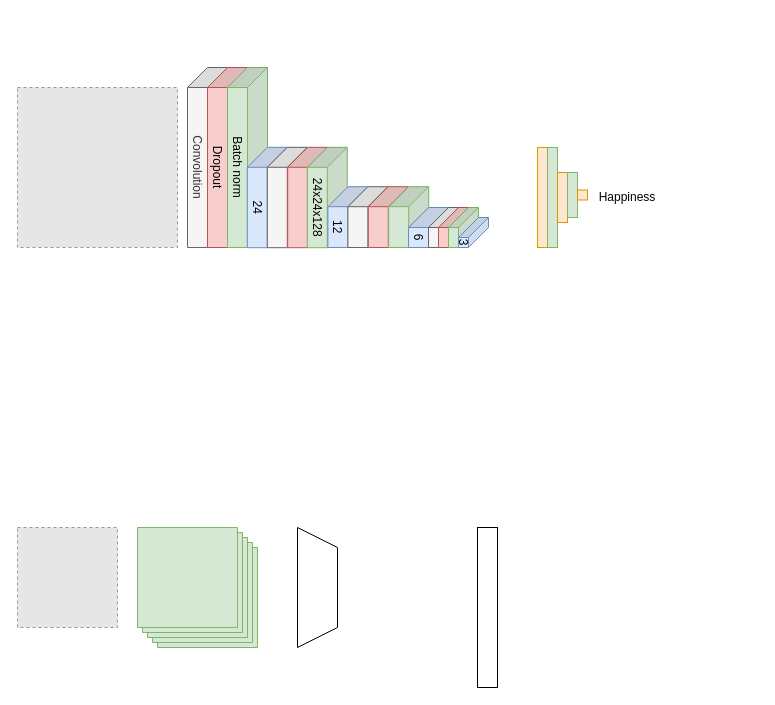
kvanschuijlenburg/Neural-Networks-project keeps this draw.io diagram as figures/Models/modelsDrawIO.drawio. Above is the earlier version. Source tidied: cells renumbered, new cells numbered last; positions are measured from the earlier drawing's top-left corner, leaving out a move shared by most shapes. Both pictures are drawn from the tidied source at 100%, with x=0, y=0 at pixel (17, 87). Pictures stored in the file or linked from it are replaced by grey dashed boxes.
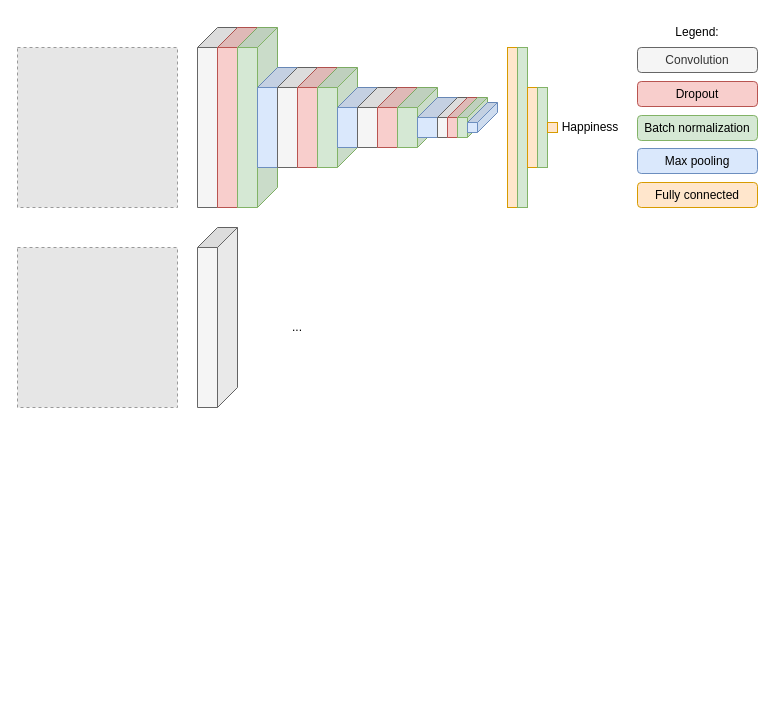
The same page after the edit.

What changed in the source:
```diff
@@
-    <mxCell id="2" value="Convolution" style="shape=cube;whiteSpace=wrap;html=1;boundedLbl=1;backgroundOutline=1;darkOpacity=0.05;darkOpacity2=0.1;rotation=90;fillColor=#f5f5f5;fontColor=#333333;strokeColor=#666666;" parent="1" vertex="1">
-      <mxGeometry x="100" y="50" width="180" height="40" as="geometry" />
+    <mxCell id="2" style="shape=cube;whiteSpace=wrap;html=1;boundedLbl=1;backgroundOutline=1;darkOpacity=0.05;darkOpacity2=0.1;rotation=90;fillColor=#f5f5f5;fontColor=#333333;strokeColor=#666666;" parent="1" vertex="1">
+      <mxGeometry x="110" y="10" width="180" height="40" as="geometry" />
     </mxCell>
-    <mxCell id="3" style="fillColor=#E6E6E6;strokeColor=#999999;dashed=1;verticalLabelPosition=bottom;labelBackgroundColor=#ffffff;verticalAlign=top;" parent="1" vertex="1">
-      <mxGeometry y="440" width="100" height="100" as="geometry" />
-    </mxCell>
-    <mxCell id="4" style="verticalLabelPosition=bottom;verticalAlign=top;html=1;shape=mxgraph.basic.layered_rect;dx=10;fillColor=#d5e8d4;strokeColor=#82b366;" parent="1" vertex="1">
-      <mxGeometry x="130" y="450" width="110" height="110" as="geometry" />
-    </mxCell>
-    <mxCell id="5" style="verticalLabelPosition=bottom;verticalAlign=top;html=1;shape=mxgraph.basic.layered_rect;dx=10;fillColor=#d5e8d4;strokeColor=#82b366;" parent="1" vertex="1">
-      <mxGeometry x="120" y="440" width="110" height="110" as="geometry" />
-    </mxCell>
-    <mxCell id="6" style="shape=trapezoid;perimeter=trapezoidPerimeter;whiteSpace=wrap;html=1;fixedSize=1;rotation=90;" parent="1" vertex="1">
-      <mxGeometry x="240" y="480" width="120" height="40" as="geometry" />
-    </mxCell>
-    <mxCell id="7" style="rounded=0;whiteSpace=wrap;html=1;" parent="1" vertex="1">
-      <mxGeometry x="460" y="440" width="20" height="160" as="geometry" />
-    </mxCell>
     <mxCell id="8" style="fillColor=#E6E6E6;strokeColor=#999999;dashed=1;verticalLabelPosition=bottom;labelBackgroundColor=#ffffff;verticalAlign=top;" parent="1" vertex="1">
-      <mxGeometry width="160" height="160" as="geometry" />
+      <mxGeometry y="-40" width="160" height="160" as="geometry" />
     </mxCell>
-    <mxCell id="9" value="Dropout" style="shape=cube;whiteSpace=wrap;html=1;boundedLbl=1;backgroundOutline=1;darkOpacity=0.05;darkOpacity2=0.1;rotation=90;strokeColor=#b85450;fillColor=#f8cecc;" parent="1" vertex="1">
-      <mxGeometry x="120" y="50" width="180" height="40" as="geometry" />
+    <mxCell id="9" style="shape=cube;whiteSpace=wrap;html=1;boundedLbl=1;backgroundOutline=1;darkOpacity=0.05;darkOpacity2=0.1;rotation=90;strokeColor=#b85450;fillColor=#f8cecc;" parent="1" vertex="1">
+      <mxGeometry x="130" y="10" width="180" height="40" as="geometry" />
     </mxCell>
-    <mxCell id="10" value="Batch norm" style="shape=cube;whiteSpace=wrap;html=1;boundedLbl=1;backgroundOutline=1;darkOpacity=0.05;darkOpacity2=0.1;rotation=90;fillColor=#d5e8d4;strokeColor=#82b366;" parent="1" vertex="1">
-      <mxGeometry x="140" y="50" width="180" height="40" as="geometry" />
+    <mxCell id="10" style="shape=cube;whiteSpace=wrap;html=1;boundedLbl=1;backgroundOutline=1;darkOpacity=0.05;darkOpacity2=0.1;rotation=90;fillColor=#d5e8d4;strokeColor=#82b366;" parent="1" vertex="1">
+      <mxGeometry x="150" y="10" width="180" height="40" as="geometry" />
     </mxCell>
-    <mxCell id="11" value="24" style="shape=cube;whiteSpace=wrap;html=1;boundedLbl=1;backgroundOutline=1;darkOpacity=0.05;darkOpacity2=0.1;rotation=90;strokeColor=#6c8ebf;fillColor=#dae8fc;" parent="1" vertex="1">
-      <mxGeometry x="199.6" y="90" width="100.4" height="40" as="geometry" />
+    <mxCell id="11" style="shape=cube;whiteSpace=wrap;html=1;boundedLbl=1;backgroundOutline=1;darkOpacity=0.05;darkOpacity2=0.1;rotation=90;strokeColor=#6c8ebf;fillColor=#dae8fc;" parent="1" vertex="1">
+      <mxGeometry x="210" y="10" width="100" height="40" as="geometry" />
     </mxCell>
     <mxCell id="12" style="shape=cube;whiteSpace=wrap;html=1;boundedLbl=1;backgroundOutline=1;darkOpacity=0.05;darkOpacity2=0.1;rotation=90;strokeColor=#666666;fillColor=#f5f5f5;fontColor=#333333;" parent="1" vertex="1">
-      <mxGeometry x="219.6" y="90" width="100.4" height="40" as="geometry" />
+      <mxGeometry x="230" y="10" width="100" height="40" as="geometry" />
     </mxCell>
     <mxCell id="13" style="shape=cube;whiteSpace=wrap;html=1;boundedLbl=1;backgroundOutline=1;darkOpacity=0.05;darkOpacity2=0.1;rotation=90;strokeColor=#b85450;fillColor=#f8cecc;" parent="1" vertex="1">
-      <mxGeometry x="240" y="90" width="100.4" height="40" as="geometry" />
+      <mxGeometry x="250" y="10" width="100" height="40" as="geometry" />
     </mxCell>
-    <mxCell id="14" value="24x24x128" style="shape=cube;whiteSpace=wrap;html=1;boundedLbl=1;backgroundOutline=1;darkOpacity=0.05;darkOpacity2=0.1;rotation=90;strokeColor=#82b366;fillColor=#d5e8d4;" parent="1" vertex="1">
-      <mxGeometry x="259.6" y="90" width="100.4" height="40" as="geometry" />
+    <mxCell id="14" style="shape=cube;whiteSpace=wrap;html=1;boundedLbl=1;backgroundOutline=1;darkOpacity=0.05;darkOpacity2=0.1;rotation=90;strokeColor=#82b366;fillColor=#d5e8d4;" parent="1" vertex="1">
+      <mxGeometry x="270" y="10" width="100" height="40" as="geometry" />
     </mxCell>
-    <mxCell id="15" value="12" style="shape=cube;whiteSpace=wrap;html=1;boundedLbl=1;backgroundOutline=1;darkOpacity=0.05;darkOpacity2=0.1;rotation=90;strokeColor=#6c8ebf;fillColor=#dae8fc;" parent="1" vertex="1">
-      <mxGeometry x="300" y="109.6" width="60.8" height="40" as="geometry" />
+    <mxCell id="15" style="shape=cube;whiteSpace=wrap;html=1;boundedLbl=1;backgroundOutline=1;darkOpacity=0.05;darkOpacity2=0.1;rotation=90;strokeColor=#6c8ebf;fillColor=#dae8fc;" parent="1" vertex="1">
+      <mxGeometry x="310" y="10" width="60" height="40" as="geometry" />
     </mxCell>
     <mxCell id="16" style="shape=cube;whiteSpace=wrap;html=1;boundedLbl=1;backgroundOutline=1;darkOpacity=0.05;darkOpacity2=0.1;rotation=90;strokeColor=#666666;fillColor=#f5f5f5;fontColor=#333333;" parent="1" vertex="1">
-      <mxGeometry x="320" y="109.6" width="60.8" height="40" as="geometry" />
+      <mxGeometry x="330" y="10" width="60" height="40" as="geometry" />
     </mxCell>
     <mxCell id="17" style="shape=cube;whiteSpace=wrap;html=1;boundedLbl=1;backgroundOutline=1;darkOpacity=0.05;darkOpacity2=0.1;rotation=90;strokeColor=#b85450;fillColor=#f8cecc;" parent="1" vertex="1">
-      <mxGeometry x="340.4" y="109.6" width="60.8" height="40" as="geometry" />
+      <mxGeometry x="350" y="10" width="60" height="40" as="geometry" />
     </mxCell>
     <mxCell id="18" style="shape=cube;whiteSpace=wrap;html=1;boundedLbl=1;backgroundOutline=1;darkOpacity=0.05;darkOpacity2=0.1;rotation=90;strokeColor=#82b366;fillColor=#d5e8d4;" parent="1" vertex="1">
-      <mxGeometry x="360.8" y="109.6" width="60.8" height="40" as="geometry" />
+      <mxGeometry x="370" y="10" width="60" height="40" as="geometry" />
     </mxCell>
-    <mxCell id="19" value="6" style="shape=cube;whiteSpace=wrap;html=1;boundedLbl=1;backgroundOutline=1;darkOpacity=0.05;darkOpacity2=0.1;rotation=90;strokeColor=#6c8ebf;fillColor=#dae8fc;" parent="1" vertex="1">
-      <mxGeometry x="391" y="120" width="40" height="40" as="geometry" />
+    <mxCell id="19" style="shape=cube;whiteSpace=wrap;html=1;boundedLbl=1;backgroundOutline=1;darkOpacity=0.05;darkOpacity2=0.1;rotation=90;strokeColor=#6c8ebf;fillColor=#dae8fc;" parent="1" vertex="1">
+      <mxGeometry x="400" y="10" width="40" height="40" as="geometry" />
     </mxCell>
     <mxCell id="20" style="shape=cube;whiteSpace=wrap;html=1;boundedLbl=1;backgroundOutline=1;darkOpacity=0.05;darkOpacity2=0.1;rotation=90;strokeColor=#666666;fillColor=#f5f5f5;fontColor=#333333;" parent="1" vertex="1">
-      <mxGeometry x="406" y="125" width="40" height="30" as="geometry" />
+      <mxGeometry x="415" y="15" width="40" height="30" as="geometry" />
     </mxCell>
     <mxCell id="21" style="shape=cube;whiteSpace=wrap;html=1;boundedLbl=1;backgroundOutline=1;darkOpacity=0.05;darkOpacity2=0.1;rotation=90;strokeColor=#b85450;fillColor=#f8cecc;" parent="1" vertex="1">
-      <mxGeometry x="416" y="125" width="40" height="30" as="geometry" />
+      <mxGeometry x="425" y="15" width="40" height="30" as="geometry" />
     </mxCell>
     <mxCell id="22" style="shape=cube;whiteSpace=wrap;html=1;boundedLbl=1;backgroundOutline=1;darkOpacity=0.05;darkOpacity2=0.1;rotation=90;strokeColor=#82b366;fillColor=#d5e8d4;" parent="1" vertex="1">
-      <mxGeometry x="426" y="125" width="40" height="30" as="geometry" />
+      <mxGeometry x="435" y="15" width="40" height="30" as="geometry" />
     </mxCell>
-    <mxCell id="23" value="3" style="shape=cube;whiteSpace=wrap;html=1;boundedLbl=1;backgroundOutline=1;darkOpacity=0.05;darkOpacity2=0.1;rotation=90;strokeColor=#6c8ebf;fillColor=#dae8fc;" parent="1" vertex="1">
-      <mxGeometry x="441" y="130" width="30" height="30" as="geometry" />
+    <mxCell id="23" style="shape=cube;whiteSpace=wrap;html=1;boundedLbl=1;backgroundOutline=1;darkOpacity=0.05;darkOpacity2=0.1;rotation=90;strokeColor=#6c8ebf;fillColor=#dae8fc;" parent="1" vertex="1">
+      <mxGeometry x="450" y="15" width="30" height="30" as="geometry" />
     </mxCell>
     <mxCell id="24" style="rounded=0;whiteSpace=wrap;html=1;strokeColor=#d79b00;fillColor=#ffe6cc;" parent="1" vertex="1">
-      <mxGeometry x="520" y="60" width="10" height="100" as="geometry" />
+      <mxGeometry x="490" y="-40" width="10" height="160" as="geometry" />
     </mxCell>
     <mxCell id="25" style="rounded=0;whiteSpace=wrap;html=1;strokeColor=#82b366;fillColor=#d5e8d4;" parent="1" vertex="1">
-      <mxGeometry x="530" y="60" width="10" height="100" as="geometry" />
+      <mxGeometry x="500" y="-40" width="10" height="160" as="geometry" />
     </mxCell>
     <mxCell id="26" style="rounded=0;whiteSpace=wrap;html=1;strokeColor=#d79b00;fillColor=#ffe6cc;" parent="1" vertex="1">
-      <mxGeometry x="540" y="85" width="10" height="50" as="geometry" />
+      <mxGeometry x="510" width="10" height="80" as="geometry" />
     </mxCell>
     <mxCell id="27" style="rounded=0;whiteSpace=wrap;html=1;strokeColor=#82b366;fillColor=#d5e8d4;" parent="1" vertex="1">
-      <mxGeometry x="550" y="85" width="10" height="45" as="geometry" />
+      <mxGeometry x="520" width="10" height="80" as="geometry" />
     </mxCell>
     <mxCell id="28" style="rounded=0;whiteSpace=wrap;html=1;strokeColor=#d79b00;fillColor=#ffe6cc;" parent="1" vertex="1">
-      <mxGeometry x="560" y="102.5" width="10" height="10" as="geometry" />
+      <mxGeometry x="530" y="35" width="10" height="10" as="geometry" />
     </mxCell>
     <mxCell id="29" value="Happiness" style="text;html=1;strokeColor=none;fillColor=none;align=center;verticalAlign=middle;whiteSpace=wrap;rounded=0;" parent="1" vertex="1">
-      <mxGeometry x="580" y="95" width="60" height="30" as="geometry" />
+      <mxGeometry x="543" y="25" width="60" height="30" as="geometry" />
     </mxCell>
+    <mxCell id="30" value="Convolution" style="rounded=1;whiteSpace=wrap;html=1;strokeColor=#666666;fillColor=#f5f5f5;fontColor=#333333;" parent="1" vertex="1">
+      <mxGeometry x="620" y="-40" width="120" height="25" as="geometry" />
+    </mxCell>
+    <mxCell id="31" value="Dropout" style="rounded=1;whiteSpace=wrap;html=1;strokeColor=#b85450;fillColor=#f8cecc;" parent="1" vertex="1">
+      <mxGeometry x="620" y="-6" width="120" height="25" as="geometry" />
+    </mxCell>
+    <mxCell id="32" value="Batch normalization" style="rounded=1;whiteSpace=wrap;html=1;strokeColor=#82b366;fillColor=#d5e8d4;" parent="1" vertex="1">
+      <mxGeometry x="620" y="28" width="120" height="25" as="geometry" />
+    </mxCell>
+    <mxCell id="33" value="Max pooling" style="rounded=1;whiteSpace=wrap;html=1;strokeColor=#6c8ebf;fillColor=#dae8fc;" parent="1" vertex="1">
+      <mxGeometry x="620" y="61" width="120" height="25" as="geometry" />
+    </mxCell>
+    <mxCell id="34" value="Fully connected" style="rounded=1;whiteSpace=wrap;html=1;strokeColor=#d79b00;fillColor=#ffe6cc;" parent="1" vertex="1">
+      <mxGeometry x="620" y="95" width="120" height="25" as="geometry" />
+    </mxCell>
+    <mxCell id="35" value="Legend:" style="text;html=1;strokeColor=none;fillColor=none;align=center;verticalAlign=middle;whiteSpace=wrap;rounded=0;" parent="1" vertex="1">
+      <mxGeometry x="620" y="-70" width="120" height="30" as="geometry" />
+    </mxCell>
+    <mxCell id="36" style="fillColor=#E6E6E6;strokeColor=#999999;dashed=1;verticalLabelPosition=bottom;labelBackgroundColor=#ffffff;verticalAlign=top;" parent="1" vertex="1">
+      <mxGeometry y="160" width="160" height="160" as="geometry" />
+    </mxCell>
+    <mxCell id="37" style="shape=cube;whiteSpace=wrap;html=1;boundedLbl=1;backgroundOutline=1;darkOpacity=0.05;darkOpacity2=0.1;rotation=90;fillColor=#f5f5f5;fontColor=#333333;strokeColor=#666666;" parent="1" vertex="1">
+      <mxGeometry x="110" y="210" width="180" height="40" as="geometry" />
+    </mxCell>
+    <mxCell id="38" value="..." style="text;html=1;strokeColor=none;fillColor=none;align=center;verticalAlign=middle;whiteSpace=wrap;rounded=0;" parent="1" vertex="1">
+      <mxGeometry x="250" y="225" width="60" height="30" as="geometry" />
+    </mxCell>
```
